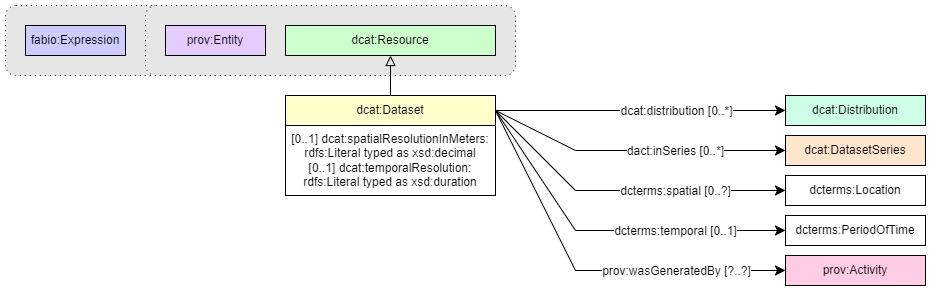
NERC-CEH/digital-objects-ontology keeps this draw.io diagram as CEH-DCAT-AP/CEH-DCAT-AP_diagrams/dcat-dataset.png. Above is the earlier version. Source tidied: cells renumbered, new cells last; positions are measured from the earlier drawing's top-left corner, leaving out a move shared by most shapes.
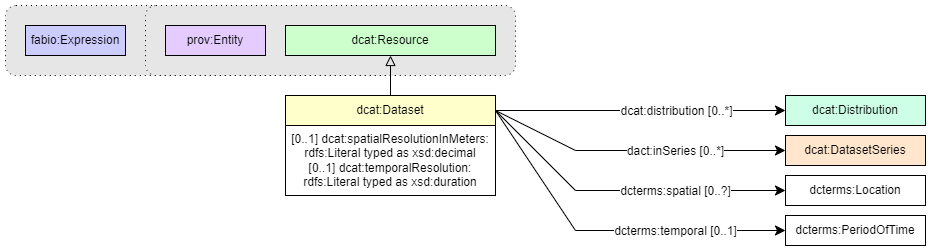
The same diagram one commit later.

Commit message:
moved prov:wasGeneratedBy predicate (pointing to prov:Activity class) to dcat:Resource class

What changed in the source:
```diff
@@ -55,21 +55,6 @@
     <mxCell id="12" value="dcterms:PeriodOfTime" style="rounded=0;whiteSpace=wrap;html=1;snapToPoint=1;points=[[0.1,0],[0.2,0],[0.3,0],[0.4,0],[0.5,0],[0.6,0],[0.7,0],[0.8,0],[0.9,0],[0,0.1],[0,0.3],[0,0.5],[0,0.7],[0,0.9],[0.1,1],[0.2,1],[0.3,1],[0.4,1],[0.5,1],[0.6,1],[0.7,1],[0.8,1],[0.9,1],[1,0.1],[1,0.3],[1,0.5],[1,0.7],[1,0.9]];" parent="1" vertex="1">
       <mxGeometry x="780" y="210" width="140" height="30" as="geometry" />
     </mxCell>
-    <mxCell id="13" style="endArrow=classic;html=1;exitX=1;exitY=0.5;exitDx=0;exitDy=0;entryX=0;entryY=0.5;entryDx=0;entryDy=0;endSize=8;arcSize=0;rounded=0;" parent="1" edge="1" source="18" target="15">
-      <mxGeometry relative="1" as="geometry">
-        <Array as="points">
-          <mxPoint x="570" y="265" />
-        </Array>
-      </mxGeometry>
-    </mxCell>
-    <mxCell id="14" value="&lt;div&gt;prov:wasGeneratedBy [?..?]&lt;/div&gt;" style="text;html=1;align=center;verticalAlign=middle;labelBackgroundColor=#ffffff;" parent="13" vertex="1">
-      <mxGeometry x="-0.13" relative="1" as="geometry">
-        <mxPoint x="104" y="8" as="offset" />
-      </mxGeometry>
-    </mxCell>
-    <mxCell id="15" value="prov:Activity" style="rounded=0;whiteSpace=wrap;html=1;snapToPoint=1;points=[[0.1,0],[0.2,0],[0.3,0],[0.4,0],[0.5,0],[0.6,0],[0.7,0],[0.8,0],[0.9,0],[0,0.1],[0,0.3],[0,0.5],[0,0.7],[0,0.9],[0.1,1],[0.2,1],[0.3,1],[0.4,1],[0.5,1],[0.6,1],[0.7,1],[0.8,1],[0.9,1],[1,0.1],[1,0.3],[1,0.5],[1,0.7],[1,0.9]];fillColor=#FFCCE6;" parent="1" vertex="1">
-      <mxGeometry x="780" y="250" width="140" height="30" as="geometry" />
-    </mxCell>
     <mxCell id="16" style="group;" parent="1" vertex="1">
       <mxGeometry x="280" y="90" width="210" height="100" as="geometry" />
     </mxCell>
```
